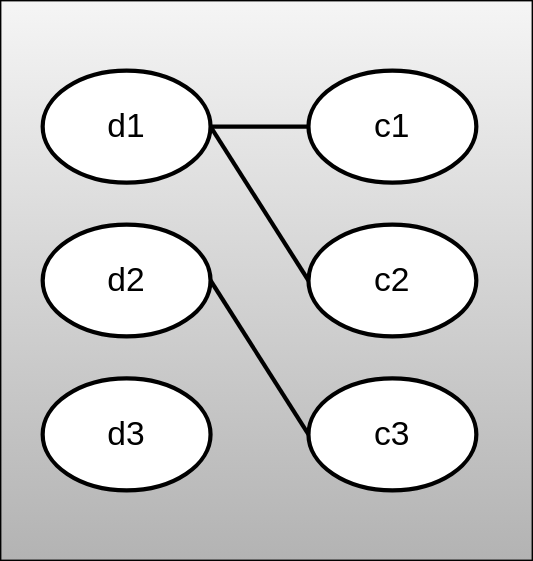
This is doc/one-to-many.svg from devel0/skeleton-netcore-ef-code-first, a draw.io export, as it was before one commit. Source tidied: cells renumbered, new cells last; positions are measured from the earlier drawing's top-left corner, leaving out a move shared by most shapes.
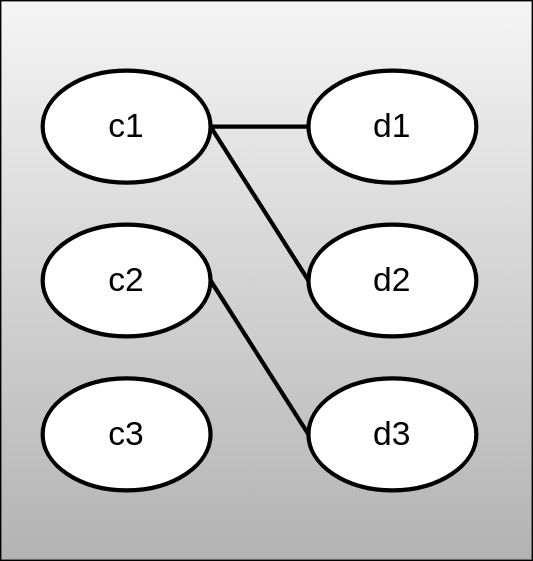
The same file after the commit.

Diff of the diagram source:
```diff
@@ -8,25 +8,25 @@
     <mxCell id="3" style="edgeStyle=none;html=1;exitX=0;exitY=0.5;exitDx=0;exitDy=0;entryX=1;entryY=0.5;entryDx=0;entryDy=0;strokeColor=#000000;fontSize=24;strokeWidth=3;endArrow=none;endFill=0;" parent="1" edge="1" source="10" target="7">
       <mxGeometry relative="1" as="geometry" />
     </mxCell>
-    <mxCell id="4" value="c2" style="ellipse;whiteSpace=wrap;html=1;strokeColor=#000000;fontSize=24;strokeWidth=3;" parent="1" vertex="1">
+    <mxCell id="4" value="d2" style="ellipse;whiteSpace=wrap;html=1;strokeColor=#000000;fontSize=24;strokeWidth=3;" parent="1" vertex="1">
       <mxGeometry x="220" y="160" width="120" height="80" as="geometry" />
     </mxCell>
     <mxCell id="5" style="edgeStyle=none;html=1;exitX=0;exitY=0.5;exitDx=0;exitDy=0;entryX=1;entryY=0.5;entryDx=0;entryDy=0;strokeColor=#000000;fontSize=24;strokeWidth=3;endArrow=none;endFill=0;" parent="1" edge="1" source="4" target="7">
       <mxGeometry relative="1" as="geometry" />
     </mxCell>
-    <mxCell id="6" value="c3" style="ellipse;whiteSpace=wrap;html=1;strokeColor=#000000;fontSize=24;strokeWidth=3;" parent="1" vertex="1">
+    <mxCell id="6" value="d3" style="ellipse;whiteSpace=wrap;html=1;strokeColor=#000000;fontSize=24;strokeWidth=3;" parent="1" vertex="1">
       <mxGeometry x="220" y="270" width="120" height="80" as="geometry" />
     </mxCell>
-    <mxCell id="7" value="d1" style="ellipse;whiteSpace=wrap;html=1;strokeColor=#000000;fontSize=24;strokeWidth=3;" parent="1" vertex="1">
+    <mxCell id="7" value="c1" style="ellipse;whiteSpace=wrap;html=1;strokeColor=#000000;fontSize=24;strokeWidth=3;" parent="1" vertex="1">
       <mxGeometry x="30" y="50" width="120" height="80" as="geometry" />
     </mxCell>
-    <mxCell id="8" value="d2" style="ellipse;whiteSpace=wrap;html=1;strokeColor=#000000;fontSize=24;strokeWidth=3;" parent="1" vertex="1">
+    <mxCell id="8" value="c2" style="ellipse;whiteSpace=wrap;html=1;strokeColor=#000000;fontSize=24;strokeWidth=3;" parent="1" vertex="1">
       <mxGeometry x="30" y="160" width="120" height="80" as="geometry" />
     </mxCell>
-    <mxCell id="9" value="d3" style="ellipse;whiteSpace=wrap;html=1;strokeColor=#000000;fontSize=24;strokeWidth=3;" parent="1" vertex="1">
+    <mxCell id="9" value="c3" style="ellipse;whiteSpace=wrap;html=1;strokeColor=#000000;fontSize=24;strokeWidth=3;" parent="1" vertex="1">
       <mxGeometry x="30" y="270" width="120" height="80" as="geometry" />
     </mxCell>
-    <mxCell id="10" value="c1" style="ellipse;whiteSpace=wrap;html=1;strokeColor=#000000;fontSize=24;strokeWidth=3;" parent="1" vertex="1">
+    <mxCell id="10" value="d1" style="ellipse;whiteSpace=wrap;html=1;strokeColor=#000000;fontSize=24;strokeWidth=3;" parent="1" vertex="1">
       <mxGeometry x="220" y="50" width="120" height="80" as="geometry" />
     </mxCell>
     <mxCell id="11" style="edgeStyle=none;html=1;exitX=0;exitY=0.5;exitDx=0;exitDy=0;entryX=1;entryY=0.5;entryDx=0;entryDy=0;strokeColor=#000000;fontSize=24;strokeWidth=3;endArrow=none;endFill=0;" parent="1" edge="1" source="6" target="8">
```
